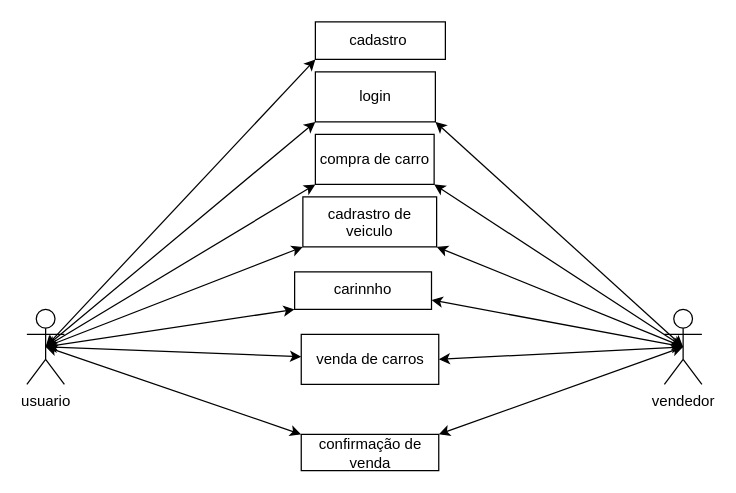
The draw.io diagram Diagrama sem nome.drawio in yNume/anima_teste01, before the edit. Source tidied: cells renumbered, new cells numbered last; positions are measured from the earlier drawing's top-left corner, leaving out a move shared by most shapes. Both pictures are drawn from the tidied source at 125%, with x=0, y=0 at pixel (26, 21).
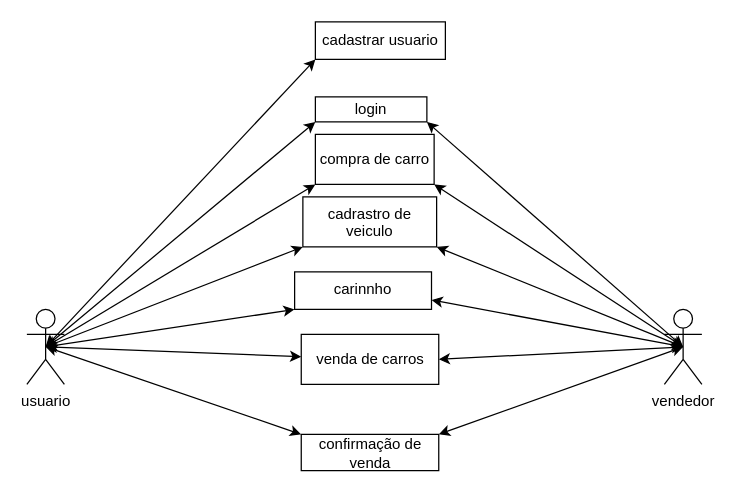
The same diagram, later.

The edit, as a diff of the source:
```diff
@@
     <mxCell id="7" value="login" style="rounded=0;whiteSpace=wrap;html=1;" parent="1" vertex="1">
-      <mxGeometry x="230.8" y="40" width="96" height="40" as="geometry" />
+      <mxGeometry x="230.8" y="60" width="89.2" height="20" as="geometry" />
     </mxCell>
@@
-    <mxCell id="14" value="cadastro&amp;nbsp;" style="rounded=0;whiteSpace=wrap;html=1;" parent="1" vertex="1">
+    <mxCell id="14" value="cadastrar usuario" style="rounded=0;whiteSpace=wrap;html=1;" parent="1" vertex="1">
       <mxGeometry x="230.8" width="104" height="30" as="geometry" />
     </mxCell>
```
